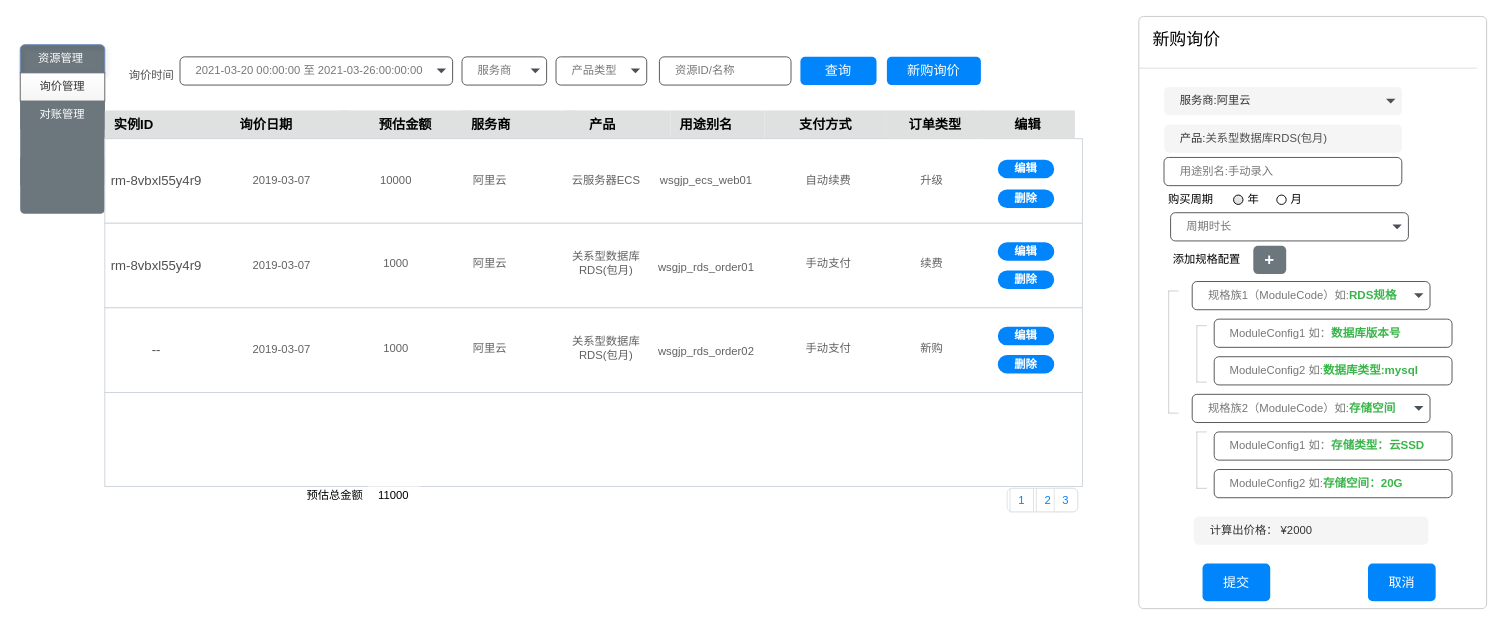
Earlier version of the draw.io diagram page "询价列表" (2 of 10) of 阿里云交易.drawio (mashifei/uml). Source tidied: cells renumbered, new cells numbered last; positions are measured from the earlier drawing's top-left corner, leaving out a move shared by most shapes. Both pictures are drawn from the tidied source at 94%, with x=0, y=0 at pixel (20, 16).
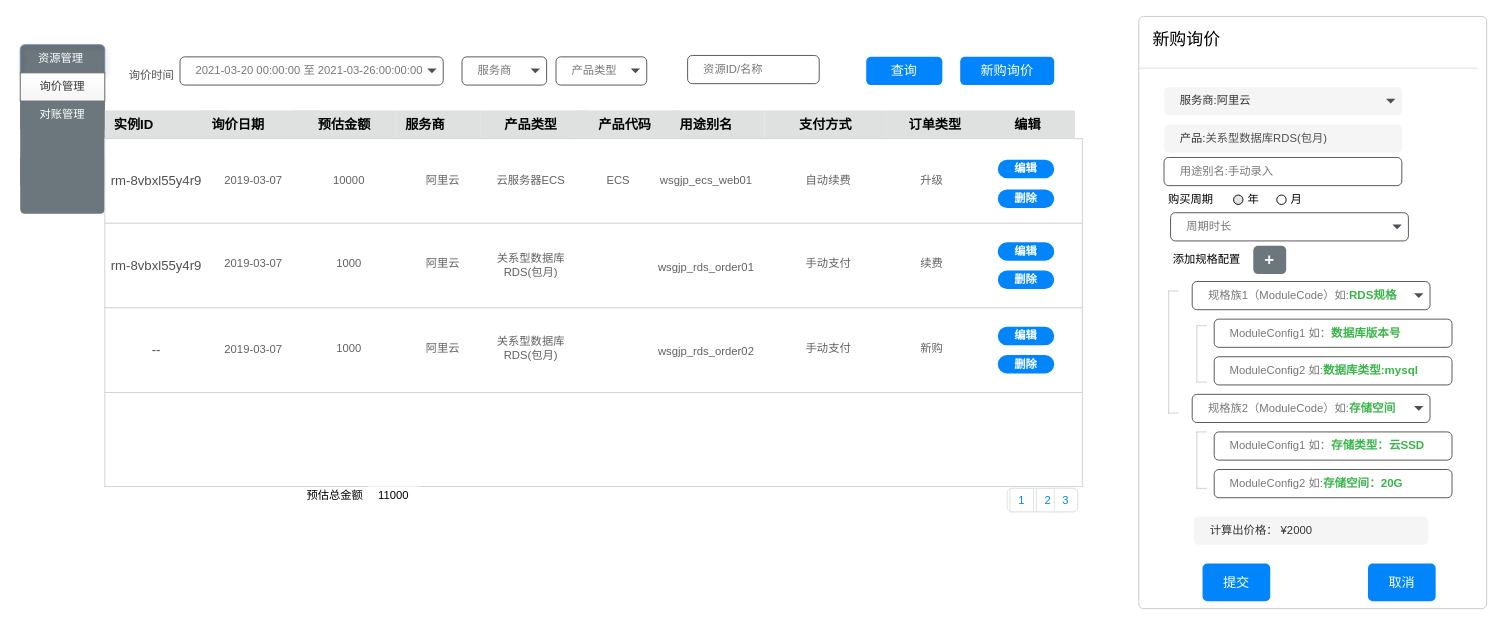
Above is the later version.

The change refers to these unchanged cells:
```xml
<mxCell id="14" style="group;" parent="1" vertex="1">
  <mxGeometry x="90" y="130" width="1040" height="90" as="geometry" />
</mxCell>
<mxCell id="30" style="group;" parent="1" vertex="1">
  <mxGeometry x="100" y="40" width="841" height="33" as="geometry" />
</mxCell>
<mxCell id="41" style="group;" parent="1" vertex="1">
  <mxGeometry x="90" y="220" width="1040" height="90" as="geometry" />
</mxCell>
<mxCell id="58" style="group;" parent="1" vertex="1">
  <mxGeometry x="90" y="310" width="1040" height="90" as="geometry" />
</mxCell>
```

Change to the diagram source:
```diff
@@
     <mxCell id="9" value="&amp;nbsp;询价日期" style="rounded=0;whiteSpace=wrap;html=1;arcSize=50;strokeColor=none;strokeWidth=1;fontColor=#000000;whiteSpace=wrap;align=left;verticalAlign=middle;spacingLeft=0;fontStyle=1;fontSize=14;spacing=10;fillColor=#DFE0E0;" parent="1" vertex="1">
-      <mxGeometry x="220" y="100" width="130" height="30" as="geometry" />
+      <mxGeometry x="190" y="100" width="130" height="30" as="geometry" />
     </mxCell>
-    <mxCell id="10" value="&amp;nbsp; &amp;nbsp; 产品" style="rounded=0;whiteSpace=wrap;html=1;arcSize=50;strokeColor=none;strokeWidth=1;fontColor=#000000;whiteSpace=wrap;align=left;verticalAlign=middle;spacingLeft=0;fontStyle=1;fontSize=14;spacing=10;fillColor=#DFE0E0;" parent="1" vertex="1">
-      <mxGeometry x="580" y="100" width="112" height="30" as="geometry" />
+    <mxCell id="10" value="&amp;nbsp; &amp;nbsp; 产品类型" style="rounded=0;whiteSpace=wrap;html=1;arcSize=50;strokeColor=none;strokeWidth=1;fontColor=#000000;whiteSpace=wrap;align=left;verticalAlign=middle;spacingLeft=0;fontStyle=1;fontSize=14;spacing=10;fillColor=#DFE0E0;" parent="1" vertex="1">
+      <mxGeometry x="490" y="100" width="112" height="30" as="geometry" />
     </mxCell>
     <mxCell id="11" value="服务商" style="rounded=0;whiteSpace=wrap;html=1;arcSize=50;strokeColor=none;strokeWidth=1;fontColor=#000000;whiteSpace=wrap;align=left;verticalAlign=middle;spacingLeft=0;fontStyle=1;fontSize=14;spacing=10;fillColor=#DFE0E0;" parent="1" vertex="1">
-      <mxGeometry x="470" y="100" width="120" height="30" as="geometry" />
+      <mxGeometry x="400" y="100" width="90" height="30" as="geometry" />
     </mxCell>
     <mxCell id="12" value="预估金额" style="rounded=0;whiteSpace=wrap;html=1;arcSize=50;strokeColor=none;strokeWidth=1;fontColor=#000000;whiteSpace=wrap;align=center;verticalAlign=middle;spacingLeft=0;fontStyle=1;fontSize=14;spacing=10;fillColor=#DFE0E0;" parent="1" vertex="1">
-      <mxGeometry x="340" y="100" width="140" height="30" as="geometry" />
+      <mxGeometry x="290" y="100" width="110" height="30" as="geometry" />
     </mxCell>
@@
     <mxCell id="17" value="2019-03-07 " style="text;strokeColor=none;fillColor=none;align=center;verticalAlign=middle;whiteSpace=wrap;rounded=0;shadow=0;dashed=0;sketch=0;fontSize=12;fontColor=#505050;spacing=2;textOpacity=90;" parent="14" vertex="1">
-      <mxGeometry x="110" y="22.5" width="160" height="45" as="geometry" />
+      <mxGeometry x="80" y="22.5" width="160" height="45" as="geometry" />
     </mxCell>
     <mxCell id="18" value="10000" style="text;strokeColor=none;fillColor=none;align=center;verticalAlign=middle;whiteSpace=wrap;rounded=0;shadow=0;dashed=0;sketch=0;fontSize=12;fontColor=#505050;spacing=2;textOpacity=90;" parent="14" vertex="1">
-      <mxGeometry x="230" y="22.5" width="160" height="45" as="geometry" />
+      <mxGeometry x="180" y="22.5" width="160" height="45" as="geometry" />
     </mxCell>
     <mxCell id="19" value="阿里云" style="text;strokeColor=none;fillColor=none;align=center;verticalAlign=middle;whiteSpace=wrap;rounded=0;shadow=0;dashed=0;sketch=0;fontSize=12;fontColor=#505050;spacing=2;textOpacity=90;" parent="14" vertex="1">
-      <mxGeometry x="380" y="22.5" width="60" height="45" as="geometry" />
+      <mxGeometry x="330" y="22.5" width="60" height="45" as="geometry" />
     </mxCell>
     <mxCell id="20" value="云服务器ECS" style="text;strokeColor=none;fillColor=none;align=center;verticalAlign=middle;whiteSpace=wrap;rounded=0;shadow=0;dashed=0;sketch=0;fontSize=12;fontColor=#505050;spacing=2;textOpacity=90;" parent="14" vertex="1">
-      <mxGeometry x="490" y="22.5" width="87.4" height="45" as="geometry" />
+      <mxGeometry x="410" y="22.5" width="87.4" height="45" as="geometry" />
     </mxCell>
@@
+    <mxCell id="105" value="ECS" style="text;strokeColor=none;fillColor=none;align=center;verticalAlign=middle;whiteSpace=wrap;rounded=0;shadow=0;dashed=0;sketch=0;fontSize=12;fontColor=#505050;spacing=2;textOpacity=90;" parent="14" vertex="1">
+      <mxGeometry x="502.6" y="22.5" width="87.4" height="45" as="geometry" />
+    </mxCell>
@@
     <mxCell id="31" value="2021-03-20 00:00:00 至 2021-03-26:00:00:00" style="html=1;shadow=0;dashed=0;shape=mxgraph.bootstrap.rrect;rSize=5;strokeColor=#505050;strokeWidth=1;fillColor=#ffffff;fontColor=#777777;whiteSpace=wrap;align=left;verticalAlign=middle;fontStyle=0;fontSize=12;spacingRight=0;spacing=17;rounded=0;sketch=0;" parent="30" vertex="1">
-      <mxGeometry x="70" y="3" width="290" height="30" as="geometry" />
+      <mxGeometry x="70" y="3" width="280" height="30" as="geometry" />
     </mxCell>
@@
     <mxCell id="38" value="资源ID/名称" style="html=1;shadow=0;dashed=0;shape=mxgraph.bootstrap.rrect;rSize=5;strokeColor=#505050;strokeWidth=1;fillColor=#ffffff;fontColor=#777777;whiteSpace=wrap;align=left;verticalAlign=middle;fontStyle=0;fontSize=12;spacingRight=0;spacing=17;rounded=0;sketch=0;" parent="30" vertex="1">
-      <mxGeometry x="580" y="3" width="140" height="30" as="geometry" />
+      <mxGeometry x="610" y="1.5" width="140" height="30" as="geometry" />
     </mxCell>
-    <mxCell id="39" value="查询" style="html=1;shadow=0;dashed=0;shape=mxgraph.bootstrap.rrect;rSize=5;strokeColor=none;strokeWidth=1;fillColor=#0085FC;fontColor=#FFFFFF;whiteSpace=wrap;align=center;verticalAlign=middle;spacingLeft=0;fontStyle=0;fontSize=14;spacing=5;rounded=0;sketch=0;" parent="30" vertex="1">
-      <mxGeometry x="730" y="3" width="81" height="30" as="geometry" />
-    </mxCell>
@@
     <mxCell id="44" value="2019-03-07 " style="text;strokeColor=none;fillColor=none;align=center;verticalAlign=middle;whiteSpace=wrap;rounded=0;shadow=0;dashed=0;sketch=0;fontSize=12;fontColor=#505050;spacing=2;textOpacity=90;" parent="41" vertex="1">
-      <mxGeometry x="110" y="22.5" width="160" height="45" as="geometry" />
+      <mxGeometry x="80" y="20.1" width="160" height="45" as="geometry" />
     </mxCell>
     <mxCell id="45" value="1000" style="text;strokeColor=none;fillColor=none;align=center;verticalAlign=middle;whiteSpace=wrap;rounded=0;shadow=0;dashed=0;sketch=0;fontSize=12;fontColor=#505050;spacing=2;textOpacity=90;" parent="41" vertex="1">
-      <mxGeometry x="230" y="20.1" width="160" height="45" as="geometry" />
+      <mxGeometry x="180" y="20.1" width="160" height="45" as="geometry" />
     </mxCell>
     <mxCell id="46" value="阿里云" style="text;strokeColor=none;fillColor=none;align=center;verticalAlign=middle;whiteSpace=wrap;rounded=0;shadow=0;dashed=0;sketch=0;fontSize=12;fontColor=#505050;spacing=2;textOpacity=90;" parent="41" vertex="1">
-      <mxGeometry x="380" y="20.1" width="60" height="45" as="geometry" />
+      <mxGeometry x="330" y="20.1" width="60" height="45" as="geometry" />
     </mxCell>
     <mxCell id="47" value="关系型数据库RDS(包月)" style="text;strokeColor=none;fillColor=none;align=center;verticalAlign=middle;whiteSpace=wrap;rounded=0;shadow=0;dashed=0;sketch=0;fontSize=12;fontColor=#505050;spacing=2;textOpacity=90;" parent="41" vertex="1">
-      <mxGeometry x="490" y="20.1" width="87.4" height="45" as="geometry" />
+      <mxGeometry x="410" y="22.5" width="87.4" height="45" as="geometry" />
     </mxCell>
@@
     <mxCell id="55" value="新购询价" style="html=1;shadow=0;dashed=0;shape=mxgraph.bootstrap.rrect;rSize=5;strokeColor=none;strokeWidth=1;fillColor=#0085FC;fontColor=#FFFFFF;whiteSpace=wrap;align=center;verticalAlign=middle;spacingLeft=0;fontStyle=0;fontSize=14;spacing=5;rounded=0;sketch=0;" parent="1" vertex="1">
-      <mxGeometry x="922" y="43" width="100" height="30" as="geometry" />
+      <mxGeometry x="1000" y="43" width="100" height="30" as="geometry" />
     </mxCell>
@@
     <mxCell id="61" value="2019-03-07 " style="text;strokeColor=none;fillColor=none;align=center;verticalAlign=middle;whiteSpace=wrap;rounded=0;shadow=0;dashed=0;sketch=0;fontSize=12;fontColor=#505050;spacing=2;textOpacity=90;" parent="58" vertex="1">
-      <mxGeometry x="110" y="22.5" width="160" height="45" as="geometry" />
+      <mxGeometry x="80" y="22.5" width="160" height="45" as="geometry" />
     </mxCell>
     <mxCell id="62" value="1000" style="text;strokeColor=none;fillColor=none;align=center;verticalAlign=middle;whiteSpace=wrap;rounded=0;shadow=0;dashed=0;sketch=0;fontSize=12;fontColor=#505050;spacing=2;textOpacity=90;" parent="58" vertex="1">
-      <mxGeometry x="230" y="20.1" width="160" height="45" as="geometry" />
+      <mxGeometry x="180" y="20.1" width="160" height="45" as="geometry" />
     </mxCell>
     <mxCell id="63" value="阿里云" style="text;strokeColor=none;fillColor=none;align=center;verticalAlign=middle;whiteSpace=wrap;rounded=0;shadow=0;dashed=0;sketch=0;fontSize=12;fontColor=#505050;spacing=2;textOpacity=90;" parent="58" vertex="1">
-      <mxGeometry x="380" y="20.1" width="60" height="45" as="geometry" />
+      <mxGeometry x="330" y="20.1" width="60" height="45" as="geometry" />
     </mxCell>
     <mxCell id="64" value="关系型数据库RDS(包月)" style="text;strokeColor=none;fillColor=none;align=center;verticalAlign=middle;whiteSpace=wrap;rounded=0;shadow=0;dashed=0;sketch=0;fontSize=12;fontColor=#505050;spacing=2;textOpacity=90;" parent="58" vertex="1">
-      <mxGeometry x="490" y="20.1" width="87.4" height="45" as="geometry" />
+      <mxGeometry x="410" y="20.1" width="87.4" height="45" as="geometry" />
     </mxCell>
@@
+    <mxCell id="39" value="查询" style="html=1;shadow=0;dashed=0;shape=mxgraph.bootstrap.rrect;rSize=5;strokeColor=none;strokeWidth=1;fillColor=#0085FC;fontColor=#FFFFFF;whiteSpace=wrap;align=center;verticalAlign=middle;spacingLeft=0;fontStyle=0;fontSize=14;spacing=5;rounded=0;sketch=0;" parent="1" vertex="1">
+      <mxGeometry x="900" y="43" width="81" height="30" as="geometry" />
+    </mxCell>
+    <mxCell id="106" value="&amp;nbsp; &amp;nbsp; 产品代码" style="rounded=0;whiteSpace=wrap;html=1;arcSize=50;strokeColor=none;strokeWidth=1;fontColor=#000000;whiteSpace=wrap;align=left;verticalAlign=middle;spacingLeft=0;fontStyle=1;fontSize=14;spacing=10;fillColor=#DFE0E0;" parent="1" vertex="1">
+      <mxGeometry x="590" y="100" width="112" height="30" as="geometry" />
+    </mxCell>
```
